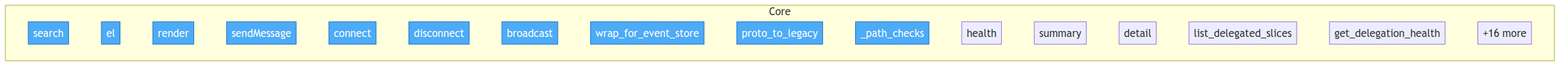
This is project/flow.png from semcod/protos, a Mermaid export, as it was before one commit. Its source is kept beside it as project/flow.mmd. The source it was exported from:
```mermaid
flowchart TD

    classDef entry fill:#4dabf7,stroke:#1971c2,color:#fff

    subgraph Core
        legacy_mock__src__main__search["search"]
        legacy_mock__src__SearchIframe__SearchIframe__el["el"]
        legacy_mock__src__SearchIframe__SearchIframe__render["render"]
        legacy_mock__src__SearchIframe__SearchIframe__sendMessage["sendMessage"]
        gateway__ws__ConnectionManager__connect["connect"]
        gateway__ws__ConnectionManager__disconnect["disconnect"]
        gateway__ws__ConnectionManager__broadcast["broadcast"]
        adapters__legacy_to_proto__user_adapter__wrap_for_event_store["wrap_for_event_store"]
        adapters__proto_to_legacy__user_adapter__proto_to_legacy["proto_to_legacy"]
        gateway__delegation__DelegatedSlice___path_checks["_path_checks"]
        gateway__delegation__DelegatedSlice__health["health"]
        gateway__delegation__DelegatedSlice__summary["summary"]
        gateway__delegation__DelegatedSlice__detail["detail"]
        gateway__delegation__list_delegated_slices["list_delegated_slices"]
        gateway__delegation__get_delegation_health["get_delegation_health"]
        ...["+16 more"]
    end

    class legacy_mock__src__main__search,legacy_mock__src__SearchIframe__SearchIframe__el,legacy_mock__src__SearchIframe__SearchIframe__render,legacy_mock__src__SearchIframe__SearchIframe__sendMessage,gateway__ws__ConnectionManager__connect,gateway__ws__ConnectionManager__disconnect,gateway__ws__ConnectionManager__broadcast,adapters__legacy_to_proto__user_adapter__wrap_for_event_store,adapters__proto_to_legacy__user_adapter__proto_to_legacy,gateway__delegation__DelegatedSlice___path_checks entry
```
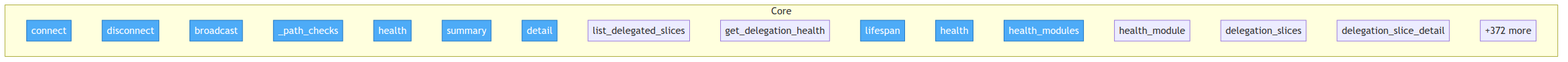
The same file after the commit.

Diff of the diagram source:
```diff
@@ -3,22 +3,22 @@
     classDef entry fill:#4dabf7,stroke:#1971c2,color:#fff
 
     subgraph Core
-        legacy_mock__src__main__search["search"]
-        legacy_mock__src__SearchIframe__SearchIframe__el["el"]
-        legacy_mock__src__SearchIframe__SearchIframe__render["render"]
-        legacy_mock__src__SearchIframe__SearchIframe__sendMessage["sendMessage"]
         gateway__ws__ConnectionManager__connect["connect"]
         gateway__ws__ConnectionManager__disconnect["disconnect"]
         gateway__ws__ConnectionManager__broadcast["broadcast"]
-        adapters__legacy_to_proto__user_adapter__wrap_for_event_store["wrap_for_event_store"]
-        adapters__proto_to_legacy__user_adapter__proto_to_legacy["proto_to_legacy"]
         gateway__delegation__DelegatedSlice___path_checks["_path_checks"]
         gateway__delegation__DelegatedSlice__health["health"]
         gateway__delegation__DelegatedSlice__summary["summary"]
         gateway__delegation__DelegatedSlice__detail["detail"]
         gateway__delegation__list_delegated_slices["list_delegated_slices"]
         gateway__delegation__get_delegation_health["get_delegation_health"]
-        ...["+16 more"]
+        gateway__main__lifespan["lifespan"]
+        gateway__main__health["health"]
+        gateway__main__health_modules["health_modules"]
+        gateway__main__health_module["health_module"]
+        gateway__main__delegation_slices["delegation_slices"]
+        gateway__main__delegation_slice_detail["delegation_slice_detail"]
+        ...["+372 more"]
     end
 
-    class legacy_mock__src__main__search,legacy_mock__src__SearchIframe__SearchIframe__el,legacy_mock__src__SearchIframe__SearchIframe__render,legacy_mock__src__SearchIframe__SearchIframe__sendMessage,gateway__ws__ConnectionManager__connect,gateway__ws__ConnectionManager__disconnect,gateway__ws__ConnectionManager__broadcast,adapters__legacy_to_proto__user_adapter__wrap_for_event_store,adapters__proto_to_legacy__user_adapter__proto_to_legacy,gateway__delegation__DelegatedSlice___path_checks entry
+    class gateway__ws__ConnectionManager__connect,gateway__ws__ConnectionManager__disconnect,gateway__ws__ConnectionManager__broadcast,gateway__delegation__DelegatedSlice___path_checks,gateway__delegation__DelegatedSlice__health,gateway__delegation__DelegatedSlice__summary,gateway__delegation__DelegatedSlice__detail,gateway__main__lifespan,gateway__main__health,gateway__main__health_modules entry
```
